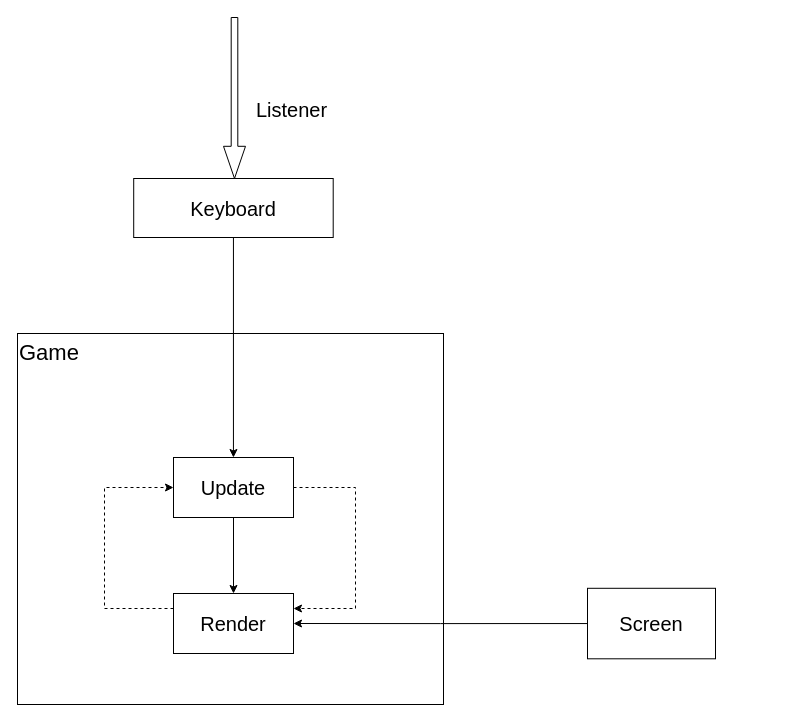
xiaodongYao/DrawIO keeps this draw.io diagram as Game.drawio. Above is the earlier version. Source tidied: cells renumbered, new cells numbered last; positions are measured from the earlier drawing's top-left corner, leaving out a move shared by most shapes. Both pictures are drawn from the tidied source at 100%, with x=0, y=0 at pixel (17, 17).
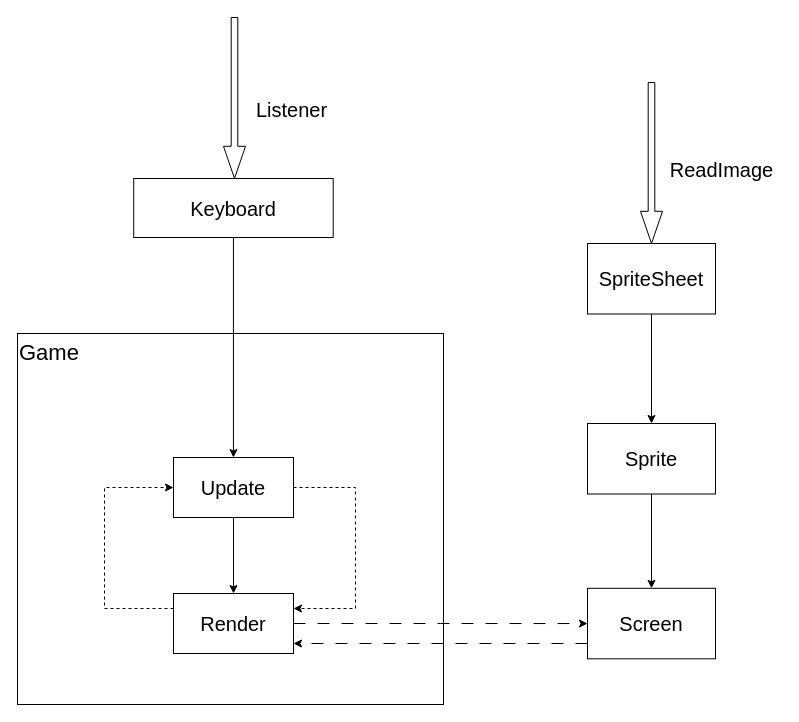
The same diagram, later.

The change refers to these unchanged cells:
```xml
<mxCell id="4" value="Screen" style="rounded=0;whiteSpace=wrap;html=1;align=center;verticalAlign=middle;fontSize=20;" parent="1" vertex="1">
  <mxGeometry x="570" y="570.8" width="128" height="70.5" as="geometry" />
</mxCell>
<mxCell id="13" value="Render" style="rounded=0;whiteSpace=wrap;html=1;fontSize=20;" parent="1" vertex="1">
  <mxGeometry x="156" y="576" width="120" height="60" as="geometry" />
</mxCell>
```

Diff of the diagram source:
```diff
@@
-    <mxCell id="3" style="edgeStyle=orthogonalEdgeStyle;rounded=0;jettySize=auto;html=1;exitX=0;exitY=0.5;exitDx=0;exitDy=0;" parent="1" edge="1" source="4" target="13">
-      <mxGeometry relative="1" as="geometry" />
+    <mxCell id="3" style="edgeStyle=orthogonalEdgeStyle;rounded=0;orthogonalLoop=1;jettySize=auto;html=1;exitX=0;exitY=0.5;exitDx=0;exitDy=0;dashed=1;dashPattern=12 12;" parent="1" edge="1">
+      <mxGeometry relative="1" as="geometry">
+        <mxPoint x="570" y="626" as="sourcePoint" />
+        <mxPoint x="276" y="626" as="targetPoint" />
+      </mxGeometry>
     </mxCell>
@@
+    <mxCell id="14" style="edgeStyle=orthogonalEdgeStyle;rounded=0;jettySize=auto;html=1;exitX=1;exitY=0.5;exitDx=0;exitDy=0;entryX=0;entryY=0.5;entryDx=0;entryDy=0;dashed=1;dashPattern=12 12;" parent="1" edge="1" source="13" target="4">
+      <mxGeometry relative="1" as="geometry" />
+    </mxCell>
@@
+    <mxCell id="15" style="edgeStyle=orthogonalEdgeStyle;rounded=0;jettySize=auto;html=1;exitX=0.5;exitY=1;exitDx=0;exitDy=0;" parent="1" edge="1" source="16" target="18">
+      <mxGeometry relative="1" as="geometry" />
+    </mxCell>
+    <mxCell id="16" value="SpriteSheet" style="rounded=0;whiteSpace=wrap;html=1;align=center;verticalAlign=middle;fontSize=20;" parent="1" vertex="1">
+      <mxGeometry x="570" y="226" width="128" height="70.5" as="geometry" />
+    </mxCell>
+    <mxCell id="17" style="edgeStyle=orthogonalEdgeStyle;rounded=0;jettySize=auto;html=1;exitX=0.5;exitY=1;exitDx=0;exitDy=0;entryX=0.5;entryY=0;entryDx=0;entryDy=0;" parent="1" edge="1" source="18" target="4">
+      <mxGeometry relative="1" as="geometry" />
+    </mxCell>
+    <mxCell id="18" value="Sprite" style="rounded=0;whiteSpace=wrap;html=1;align=center;verticalAlign=middle;fontSize=20;" parent="1" vertex="1">
+      <mxGeometry x="570" y="406" width="128" height="70.5" as="geometry" />
+    </mxCell>
+    <mxCell id="19" style="shape=singleArrow;direction=south;whiteSpace=wrap;html=1;" parent="1" vertex="1">
+      <mxGeometry x="623" y="65" width="22" height="161" as="geometry" />
+    </mxCell>
+    <mxCell id="20" value="ReadImage" style="text;html=1;align=center;verticalAlign=middle;whiteSpace=wrap;rounded=0;fontSize=20;" parent="1" vertex="1">
+      <mxGeometry x="645" y="125" width="119" height="53" as="geometry" />
+    </mxCell>
```
